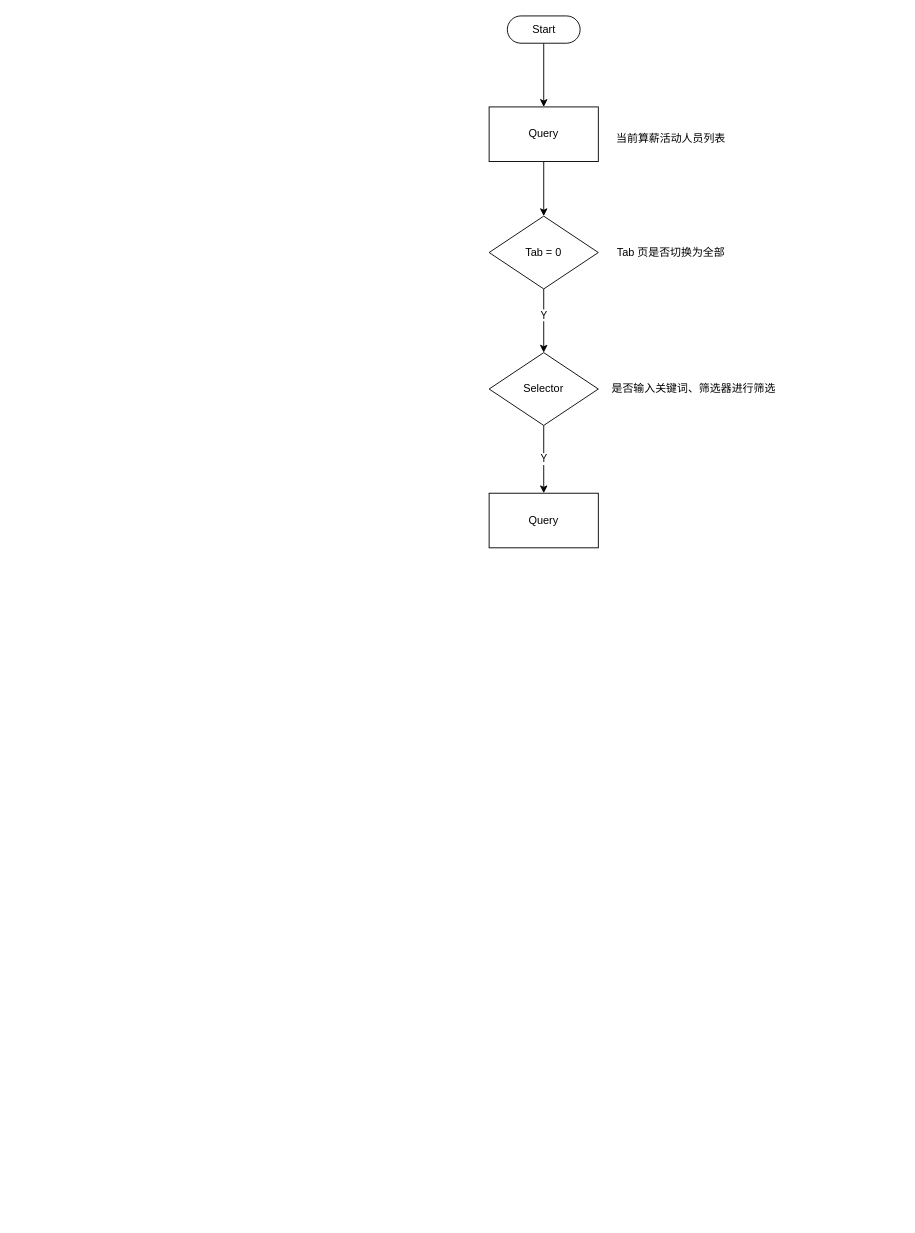
The draw.io diagram 算薪活动-核对人员列表接口实现逻辑.drawio in rexlin600/diagrams, before the edit. Source tidied: cells renumbered, new cells numbered last; positions are measured from the earlier drawing's top-left corner, leaving out a move shared by most shapes. Both pictures are drawn from the tidied source at 91%, with x=0, y=0 at pixel (489, 15).
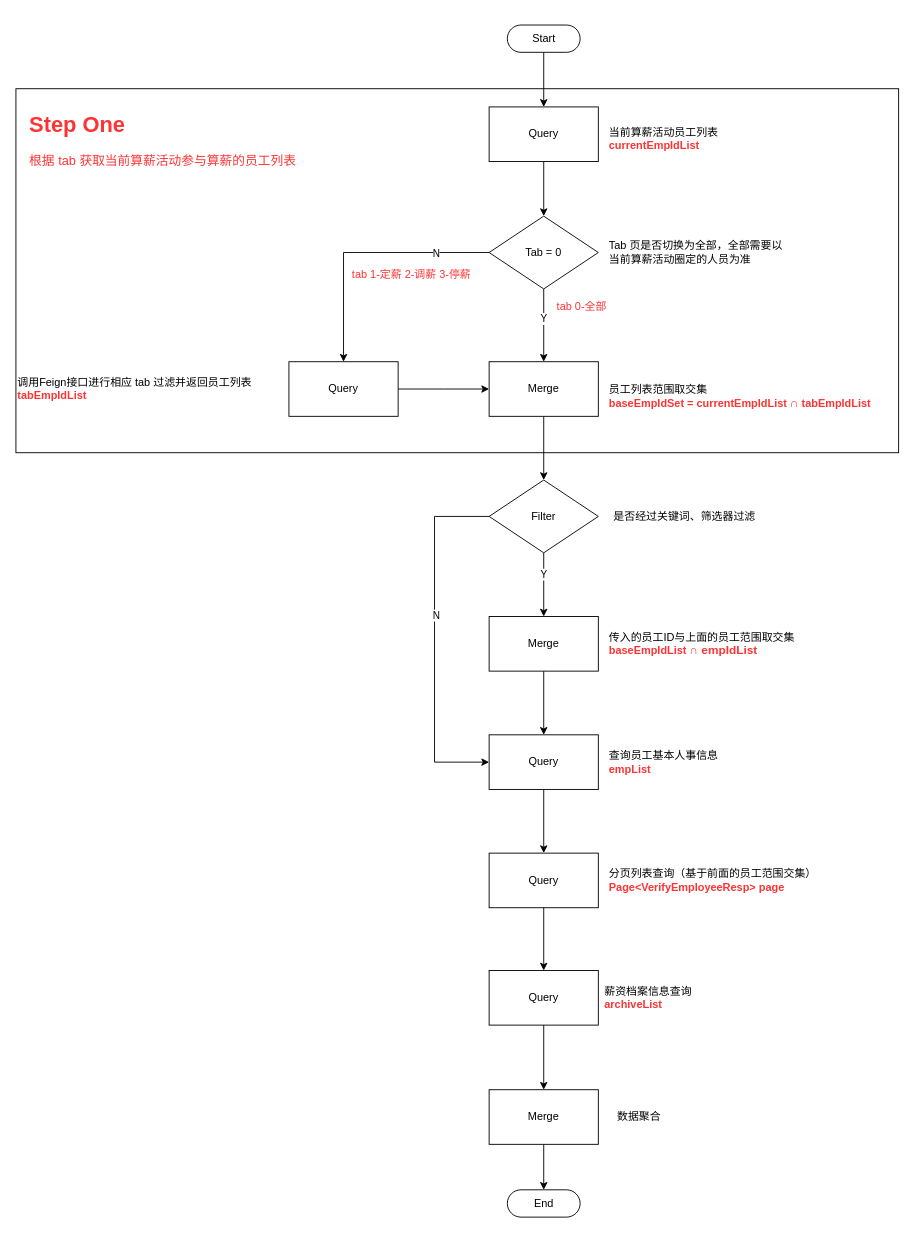
The same diagram, later.

Commit message (it also covers changes not shown here):
Update 算薪活动-核对人员列表接口实现逻辑.drawio

Unchanged cells that the change refers to:
```xml
<mxCell id="9" value="Tab = 0" style="rhombus;whiteSpace=wrap;html=1;" parent="1" vertex="1">
  <mxGeometry y="220" width="120" height="80" as="geometry" />
</mxCell>
```

The edit, as a diff of the source:
```diff
@@
+    <mxCell id="15" style="rounded=0;whiteSpace=wrap;html=1;fontColor=#FF3333;" parent="1" vertex="1">
+      <mxGeometry x="-520" y="80" width="970" height="400" as="geometry" />
+    </mxCell>
@@
     <mxCell id="3" value="Start" style="html=1;dashed=0;whitespace=wrap;shape=mxgraph.dfd.start;" parent="1" vertex="1">
-      <mxGeometry x="20" width="80" height="30" as="geometry" />
+      <mxGeometry x="20" y="10" width="80" height="30" as="geometry" />
     </mxCell>
@@
-    <mxCell id="6" value="当前算薪活动人员列表" style="text;html=1;strokeColor=none;fillColor=none;align=center;verticalAlign=middle;whiteSpace=wrap;rounded=0;" parent="1" vertex="1">
+    <mxCell id="6" value="当前算薪活动员工列表&lt;br&gt;&lt;b&gt;&lt;font color=&quot;#ff3333&quot;&gt;currentEmpIdList&lt;/font&gt;&lt;/b&gt;" style="text;html=1;strokeColor=none;fillColor=none;align=left;verticalAlign=middle;whiteSpace=wrap;rounded=0;" parent="1" vertex="1">
       <mxGeometry x="130" y="120" width="140" height="30" as="geometry" />
     </mxCell>
-    <mxCell id="7" style="edgeStyle=orthogonalEdgeStyle;rounded=0;jettySize=auto;html=1;entryX=0.5;entryY=0;entryDx=0;entryDy=0;" parent="1" edge="1" source="9" target="13">
+    <mxCell id="7" style="edgeStyle=orthogonalEdgeStyle;rounded=0;jettySize=auto;html=1;entryX=0.5;entryY=0;entryDx=0;entryDy=0;" parent="1" edge="1" source="9" target="14">
       <mxGeometry relative="1" as="geometry" />
     </mxCell>
@@
+    <mxCell id="16" style="edgeStyle=orthogonalEdgeStyle;rounded=0;jettySize=auto;html=1;entryX=0.5;entryY=0;entryDx=0;entryDy=0;" parent="1" edge="1" source="9" target="20">
+      <mxGeometry relative="1" as="geometry" />
+    </mxCell>
+    <mxCell id="17" value="N" style="edgeLabel;html=1;align=center;verticalAlign=middle;" parent="16" vertex="1">
+      <mxGeometry x="-0.14" y="1" relative="1" as="geometry">
+        <mxPoint x="61" y="-1" as="offset" />
+      </mxGeometry>
+    </mxCell>
@@
-    <mxCell id="10" value="Tab 页是否切换为全部" style="text;html=1;strokeColor=none;fillColor=none;align=center;verticalAlign=middle;whiteSpace=wrap;rounded=0;" parent="1" vertex="1">
-      <mxGeometry x="130" y="245" width="140" height="30" as="geometry" />
+    <mxCell id="10" value="Tab 页是否切换为全部，全部需要以&lt;br&gt;当前算薪活动圈定的人员为准" style="text;html=1;strokeColor=none;fillColor=none;align=left;verticalAlign=middle;whiteSpace=wrap;rounded=0;" parent="1" vertex="1">
+      <mxGeometry x="130" y="245" width="220" height="30" as="geometry" />
     </mxCell>
-    <mxCell id="11" value="是否输入关键词、筛选器进行筛选" style="text;html=1;strokeColor=none;fillColor=none;align=center;verticalAlign=middle;whiteSpace=wrap;rounded=0;" parent="1" vertex="1">
-      <mxGeometry x="130" y="395" width="190" height="30" as="geometry" />
-    </mxCell>
+    <mxCell id="18" style="edgeStyle=orthogonalEdgeStyle;rounded=0;jettySize=auto;html=1;" parent="1" edge="1" source="14" target="26">
+      <mxGeometry relative="1" as="geometry" />
+    </mxCell>
+    <mxCell id="14" value="Merge" style="rounded=0;whiteSpace=wrap;html=1;" parent="1" vertex="1">
+      <mxGeometry y="380" width="120" height="60" as="geometry" />
+    </mxCell>
+    <mxCell id="19" style="edgeStyle=orthogonalEdgeStyle;rounded=0;jettySize=auto;html=1;entryX=0;entryY=0.5;entryDx=0;entryDy=0;" parent="1" edge="1" source="20">
+      <mxGeometry relative="1" as="geometry">
+        <mxPoint y="410" as="targetPoint" />
+      </mxGeometry>
+    </mxCell>
+    <mxCell id="20" value="Query" style="rounded=0;whiteSpace=wrap;html=1;" parent="1" vertex="1">
+      <mxGeometry x="-220" y="380" width="120" height="60" as="geometry" />
+    </mxCell>
+    <mxCell id="21" value="调用Feign接口进行相应 tab 过滤并返回员工列表&lt;br&gt;&lt;font color=&quot;#ff3333&quot;&gt;&lt;b&gt;tabEmpIdList&lt;/b&gt;&lt;/font&gt;" style="text;html=1;strokeColor=none;fillColor=none;align=left;verticalAlign=middle;whiteSpace=wrap;rounded=0;" parent="1" vertex="1">
+      <mxGeometry x="-520" y="395" width="280" height="30" as="geometry" />
+    </mxCell>
+    <mxCell id="22" value="员工列表范围取交集&lt;br&gt;&lt;b&gt;&lt;font color=&quot;#ff3333&quot;&gt;baseEmpIdSet = currentEmpIdList &lt;/font&gt;&lt;/b&gt;&lt;span style=&quot;font-family: &amp;quot;arial&amp;quot; , sans-serif ; font-size: 13px ; background-color: rgb(255 , 255 , 255)&quot;&gt;&lt;b&gt;&lt;font color=&quot;#ff3333&quot;&gt;∩&lt;/font&gt;&lt;/b&gt;&lt;/span&gt;&lt;b&gt;&lt;font color=&quot;#ff3333&quot;&gt;&amp;nbsp;tabEmpIdList&lt;/font&gt;&lt;/b&gt;" style="text;html=1;strokeColor=none;fillColor=none;align=left;verticalAlign=middle;whiteSpace=wrap;rounded=0;" parent="1" vertex="1">
+      <mxGeometry x="130" y="395" width="320" height="45" as="geometry" />
+    </mxCell>
+    <mxCell id="23" style="edgeStyle=orthogonalEdgeStyle;rounded=0;jettySize=auto;html=1;entryX=0.5;entryY=0;entryDx=0;entryDy=0;" parent="1" edge="1" source="26" target="29">
+      <mxGeometry relative="1" as="geometry" />
+    </mxCell>
-    <mxCell id="12" value="Y" style="edgeStyle=orthogonalEdgeStyle;rounded=0;jettySize=auto;html=1;entryX=0.5;entryY=0;entryDx=0;entryDy=0;" parent="1" edge="1" source="13" target="14">
-      <mxGeometry relative="1" as="geometry" />
+    <mxCell id="12" value="Y" style="edgeLabel;html=1;align=center;verticalAlign=middle;" parent="23" vertex="1">
+      <mxGeometry x="-0.34" y="-1" relative="1" as="geometry" />
     </mxCell>
-    <mxCell id="13" value="Selector" style="rhombus;whiteSpace=wrap;html=1;" parent="1" vertex="1">
-      <mxGeometry y="370" width="120" height="80" as="geometry" />
-    </mxCell>
-    <mxCell id="14" value="Query" style="rounded=0;whiteSpace=wrap;html=1;" parent="1" vertex="1">
-      <mxGeometry y="524.5" width="120" height="60" as="geometry" />
-    </mxCell>
+    <mxCell id="24" style="edgeStyle=orthogonalEdgeStyle;rounded=0;jettySize=auto;html=1;entryX=0;entryY=0.5;entryDx=0;entryDy=0;exitX=0;exitY=0.5;exitDx=0;exitDy=0;" parent="1" edge="1" source="26" target="32">
+      <mxGeometry relative="1" as="geometry">
+        <Array as="points">
+          <mxPoint x="-60" y="550" />
+          <mxPoint x="-60" y="820" />
+        </Array>
+      </mxGeometry>
+    </mxCell>
+    <mxCell id="25" value="N" style="edgeLabel;html=1;align=center;verticalAlign=middle;" parent="24" vertex="1">
+      <mxGeometry x="-0.14" y="1" relative="1" as="geometry" />
+    </mxCell>
+    <mxCell id="26" value="Filter" style="rhombus;whiteSpace=wrap;html=1;" parent="1" vertex="1">
+      <mxGeometry y="510" width="120" height="80" as="geometry" />
+    </mxCell>
+    <mxCell id="27" value="是否经过关键词、筛选器过滤" style="text;html=1;strokeColor=none;fillColor=none;align=center;verticalAlign=middle;whiteSpace=wrap;rounded=0;" parent="1" vertex="1">
+      <mxGeometry x="130" y="535" width="170" height="30" as="geometry" />
+    </mxCell>
+    <mxCell id="28" style="edgeStyle=orthogonalEdgeStyle;rounded=0;jettySize=auto;html=1;entryX=0.5;entryY=0;entryDx=0;entryDy=0;" parent="1" edge="1" source="29" target="32">
+      <mxGeometry relative="1" as="geometry" />
+    </mxCell>
+    <mxCell id="29" value="Merge" style="rounded=0;whiteSpace=wrap;html=1;" parent="1" vertex="1">
+      <mxGeometry y="660" width="120" height="60" as="geometry" />
+    </mxCell>
+    <mxCell id="30" value="传入的员工ID与上面的员工范围取交集&lt;br&gt;&lt;b&gt;&lt;font color=&quot;#ff3333&quot;&gt;baseEmpIdList&amp;nbsp;&lt;span style=&quot;font-family: &amp;quot;arial&amp;quot; , sans-serif ; font-size: 13px ; background-color: rgb(255 , 255 , 255)&quot;&gt;∩ empIdList&lt;/span&gt;&lt;/font&gt;&lt;/b&gt;" style="text;html=1;strokeColor=none;fillColor=none;align=left;verticalAlign=middle;whiteSpace=wrap;rounded=0;" parent="1" vertex="1">
+      <mxGeometry x="130" y="675" width="220" height="30" as="geometry" />
+    </mxCell>
+    <mxCell id="31" style="edgeStyle=orthogonalEdgeStyle;rounded=0;jettySize=auto;html=1;entryX=0.5;entryY=0;entryDx=0;entryDy=0;" parent="1" edge="1" source="32" target="35">
+      <mxGeometry relative="1" as="geometry" />
+    </mxCell>
+    <mxCell id="32" value="Query" style="rounded=0;whiteSpace=wrap;html=1;" parent="1" vertex="1">
+      <mxGeometry y="790" width="120" height="60" as="geometry" />
+    </mxCell>
+    <mxCell id="33" value="查询员工基本人事信息&lt;br&gt;&lt;b&gt;&lt;font color=&quot;#ff3333&quot;&gt;empList&lt;/font&gt;&lt;/b&gt;" style="text;html=1;strokeColor=none;fillColor=none;align=left;verticalAlign=middle;whiteSpace=wrap;rounded=0;" parent="1" vertex="1">
+      <mxGeometry x="130" y="805" width="140" height="30" as="geometry" />
+    </mxCell>
+    <mxCell id="34" style="edgeStyle=orthogonalEdgeStyle;rounded=0;jettySize=auto;html=1;" parent="1" edge="1" source="35" target="38">
+      <mxGeometry relative="1" as="geometry" />
+    </mxCell>
+    <mxCell id="35" value="Query" style="rounded=0;whiteSpace=wrap;html=1;" parent="1" vertex="1">
+      <mxGeometry y="920" width="120" height="60" as="geometry" />
+    </mxCell>
+    <mxCell id="36" value="分页列表查询（基于前面的员工范围交集）&lt;br&gt;&lt;b&gt;&lt;font color=&quot;#ff3333&quot;&gt;Page&amp;lt;VerifyEmployeeResp&amp;gt; page&lt;/font&gt;&lt;/b&gt;" style="text;html=1;strokeColor=none;fillColor=none;align=left;verticalAlign=middle;whiteSpace=wrap;rounded=0;" parent="1" vertex="1">
+      <mxGeometry x="130" y="935" width="260" height="30" as="geometry" />
+    </mxCell>
+    <mxCell id="37" style="edgeStyle=orthogonalEdgeStyle;rounded=0;jettySize=auto;html=1;" parent="1" edge="1" source="38" target="41">
+      <mxGeometry relative="1" as="geometry" />
+    </mxCell>
+    <mxCell id="38" value="Query" style="rounded=0;whiteSpace=wrap;html=1;" parent="1" vertex="1">
+      <mxGeometry y="1049" width="120" height="60" as="geometry" />
+    </mxCell>
+    <mxCell id="39" value="薪资档案信息查询&lt;br&gt;&lt;b&gt;&lt;font color=&quot;#ff3333&quot;&gt;archiveList&lt;/font&gt;&lt;/b&gt;" style="text;html=1;strokeColor=none;fillColor=none;align=left;verticalAlign=middle;whiteSpace=wrap;rounded=0;" parent="1" vertex="1">
+      <mxGeometry x="125" y="1064" width="115" height="30" as="geometry" />
+    </mxCell>
+    <mxCell id="40" style="edgeStyle=orthogonalEdgeStyle;rounded=0;jettySize=auto;html=1;entryX=0.5;entryY=0.5;entryDx=0;entryDy=-15;entryPerimeter=0;" parent="1" edge="1" source="41" target="43">
+      <mxGeometry relative="1" as="geometry" />
+    </mxCell>
+    <mxCell id="41" value="Merge" style="rounded=0;whiteSpace=wrap;html=1;" parent="1" vertex="1">
+      <mxGeometry y="1180" width="120" height="60" as="geometry" />
+    </mxCell>
+    <mxCell id="42" value="数据聚合" style="text;html=1;strokeColor=none;fillColor=none;align=center;verticalAlign=middle;whiteSpace=wrap;rounded=0;" parent="1" vertex="1">
+      <mxGeometry x="130" y="1195" width="70" height="30" as="geometry" />
+    </mxCell>
+    <mxCell id="43" value="End" style="html=1;dashed=0;whitespace=wrap;shape=mxgraph.dfd.start;" parent="1" vertex="1">
+      <mxGeometry x="20" y="1290" width="80" height="30" as="geometry" />
+    </mxCell>
+    <mxCell id="44" value="tab 1-定薪 2-调薪 3-停薪" style="text;html=1;strokeColor=none;fillColor=none;align=center;verticalAlign=middle;whiteSpace=wrap;rounded=0;fontColor=#FF3333;" parent="1" vertex="1">
+      <mxGeometry x="-160" y="275" width="150" height="20" as="geometry" />
+    </mxCell>
+    <mxCell id="45" value="tab 0-全部" style="text;html=1;strokeColor=none;fillColor=none;align=center;verticalAlign=middle;whiteSpace=wrap;rounded=0;fontColor=#FF3333;" parent="1" vertex="1">
+      <mxGeometry x="70" y="310" width="64" height="20" as="geometry" />
+    </mxCell>
+    <mxCell id="46" value="&lt;h1&gt;Step One&lt;/h1&gt;&lt;p&gt;&lt;font style=&quot;font-size: 14px&quot;&gt;根据 tab 获取当前算薪活动参与算薪的员工列表&lt;/font&gt;&lt;/p&gt;" style="text;html=1;strokeColor=none;fillColor=none;spacing=5;spacingTop=-20;whiteSpace=wrap;overflow=hidden;rounded=0;fontColor=#FF3333;" parent="1" vertex="1">
+      <mxGeometry x="-510" y="100" width="330" height="90" as="geometry" />
+    </mxCell>
```
